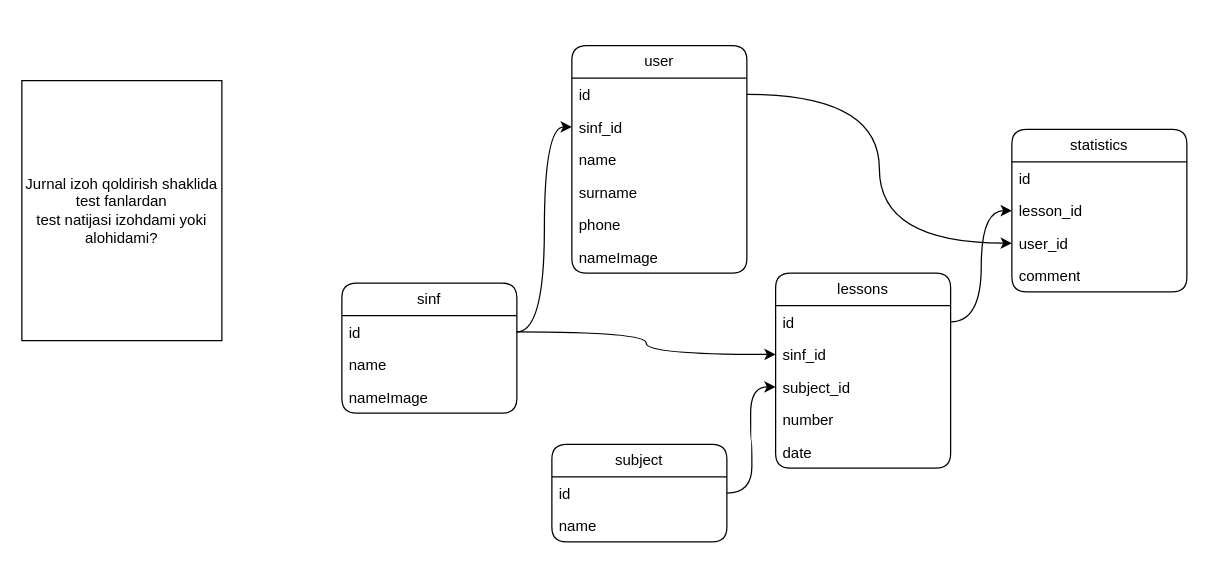
Above: Ixlos.drawio in MardonAslonov/DrawIo (draw.io), before the change. Source tidied: cells renumbered, new cells numbered last; positions are measured from the earlier drawing's top-left corner, leaving out a move shared by most shapes. Both pictures are drawn from the tidied source at 125%, with x=0, y=0 at pixel (21, 45).
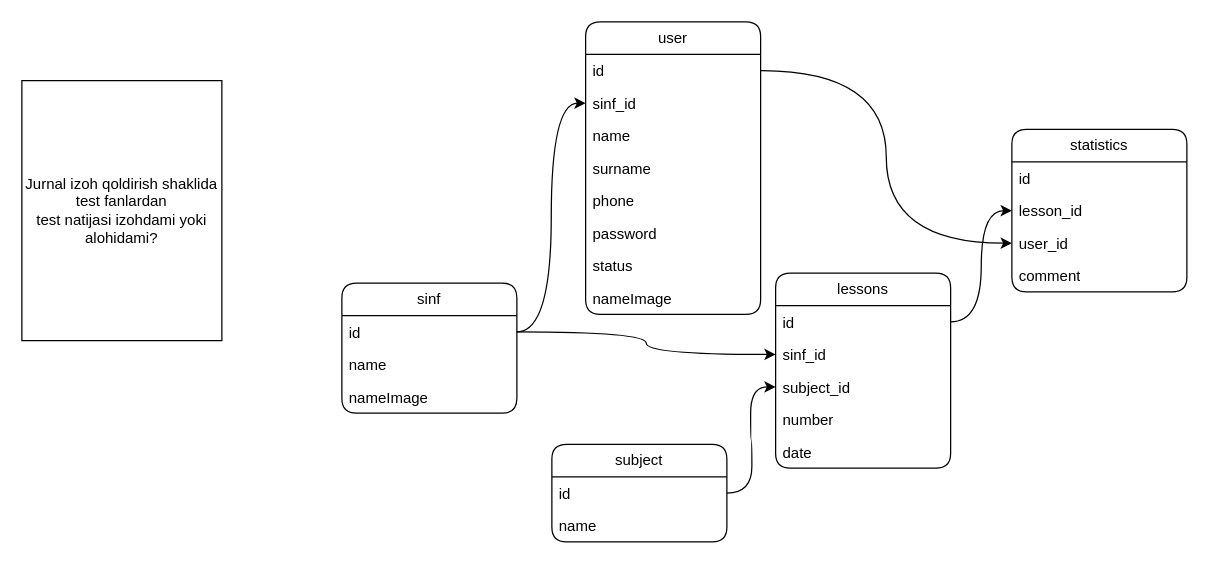
The same page after the edit.

What changed in the source:
```diff
@@
     <mxCell id="2" value="user" style="swimlane;fontStyle=0;horizontal=1;startSize=26;fillColor=none;whiteSpace=wrap;html=1;rounded=1;" parent="1" vertex="1">
-      <mxGeometry x="440" width="140" height="182" as="geometry" />
+      <mxGeometry x="451" y="-19" width="140" height="234" as="geometry" />
     </mxCell>
@@
+    <mxCell id="33" value="password" style="text;strokeColor=none;fillColor=none;align=left;verticalAlign=top;spacingLeft=4;spacingRight=4;overflow=hidden;whiteSpace=wrap;html=1;" parent="2" vertex="1">
+      <mxGeometry y="156" width="140" height="26" as="geometry" />
+    </mxCell>
+    <mxCell id="34" value="status" style="text;strokeColor=none;fillColor=none;align=left;verticalAlign=top;spacingLeft=4;spacingRight=4;overflow=hidden;whiteSpace=wrap;html=1;" parent="2" vertex="1">
+      <mxGeometry y="182" width="140" height="26" as="geometry" />
+    </mxCell>
     <mxCell id="8" value="nameImage" style="text;strokeColor=none;fillColor=none;align=left;verticalAlign=top;spacingLeft=4;spacingRight=4;overflow=hidden;whiteSpace=wrap;html=1;" parent="2" vertex="1">
-      <mxGeometry y="156" width="140" height="26" as="geometry" />
+      <mxGeometry y="208" width="140" height="26" as="geometry" />
     </mxCell>
```
